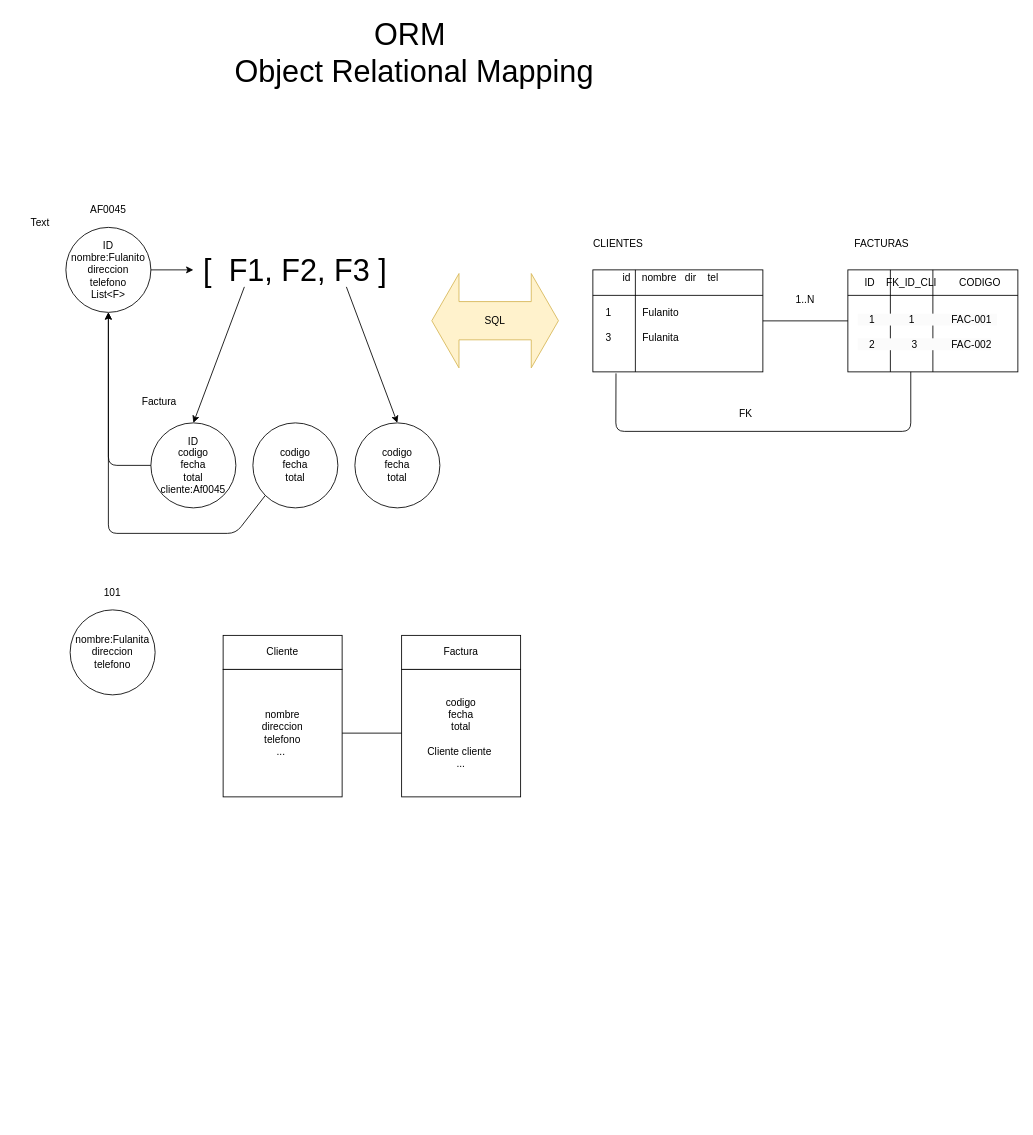
Earlier version of the draw.io diagram page "Página-1" (1 of 34) of ws_spring_2022.drawio (lrag/spring_2022). Source tidied: cells renumbered, new cells numbered last; positions are measured from the earlier drawing's top-left corner, leaving out a move shared by most shapes. Both pictures are drawn from the tidied source at 85%, with x=0, y=0 at pixel (14, 14).
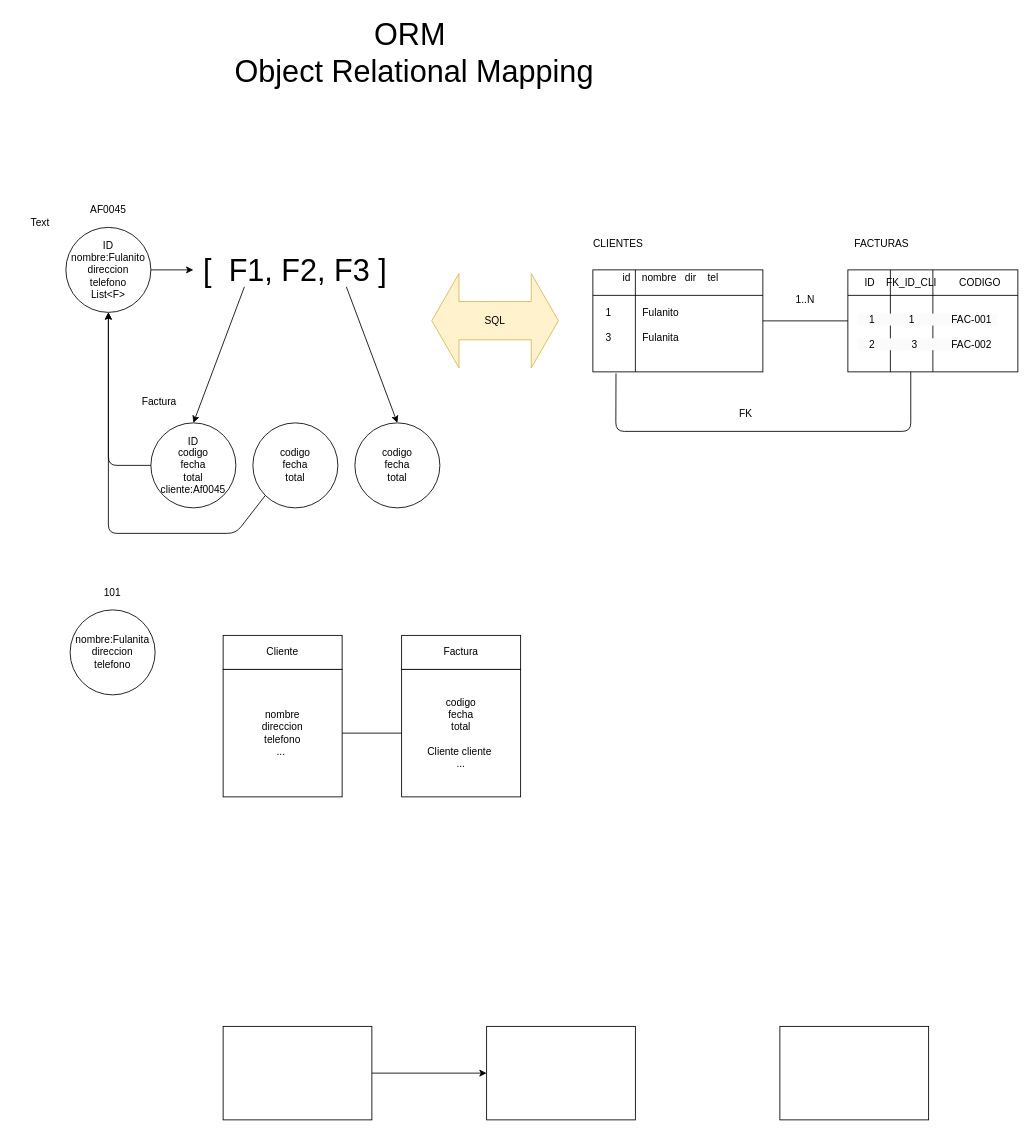
After the change.

The edit, as a diff of the source:
```diff
@@
+    <mxCell id="38" style="edgeStyle=orthogonalEdgeStyle;rounded=0;jettySize=auto;html=1;" parent="1" edge="1" source="39" target="41">
+      <mxGeometry relative="1" as="geometry" />
+    </mxCell>
+    <mxCell id="39" style="rounded=0;whiteSpace=wrap;html=1;" parent="1" vertex="1">
+      <mxGeometry x="245" y="1190" width="175" height="110" as="geometry" />
+    </mxCell>
+    <mxCell id="40" style="rounded=0;whiteSpace=wrap;html=1;" parent="1" vertex="1">
+      <mxGeometry x="900" y="1190" width="175" height="110" as="geometry" />
+    </mxCell>
+    <mxCell id="41" style="rounded=0;whiteSpace=wrap;html=1;" parent="1" vertex="1">
+      <mxGeometry x="555" y="1190" width="175" height="110" as="geometry" />
+    </mxCell>
```
